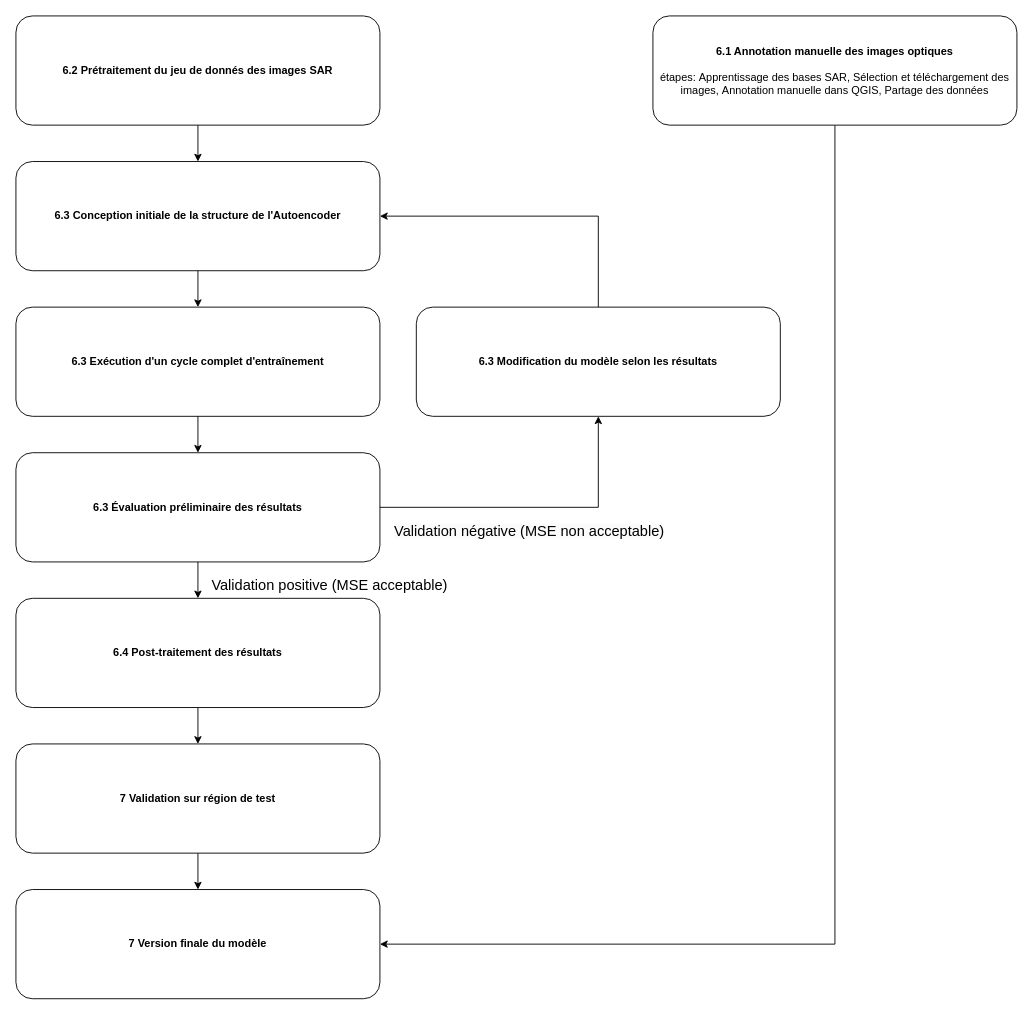
Before: report/flow_chart/flow_chart.drawio in ZhangYiFan2003/SAR_Deforestation_Detection_Autoencoder, a draw.io diagram. Source tidied: cells renumbered, new cells numbered last; positions are measured from the earlier drawing's top-left corner, leaving out a move shared by most shapes. Both pictures are drawn from the tidied source at 91%, with x=0, y=0 at pixel (15, 15).
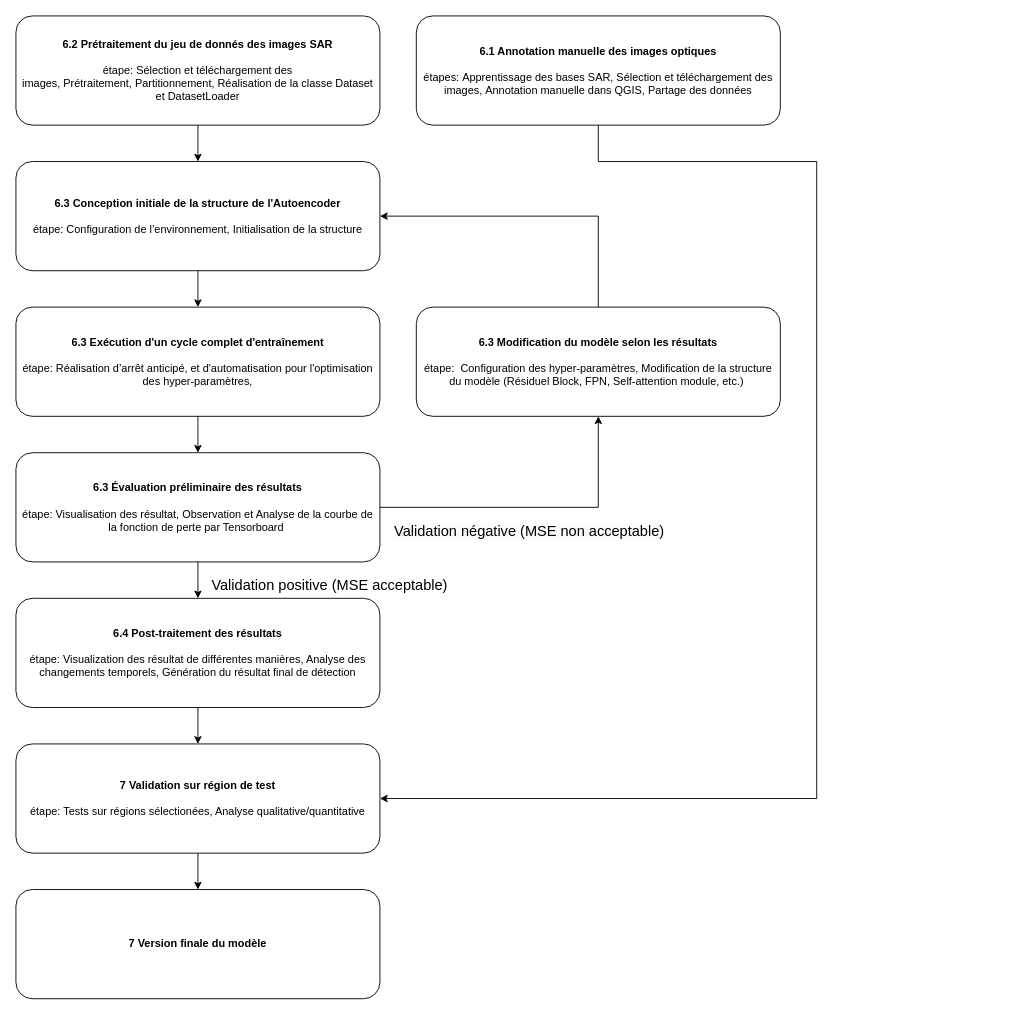
Above is the later version.

Commit message:
update of flow chart

Unchanged cells that the change refers to:
```xml
<mxCell id="17" value="&lt;span style=&quot;text-align: left;&quot;&gt;&lt;b&gt;7 Version finale du modèle&lt;/b&gt;&lt;/span&gt;" style="rounded=1;whiteSpace=wrap;html=1;fontSize=12;glass=0;strokeWidth=1;shadow=0;" parent="1" vertex="1">
  <mxGeometry y="960" width="400" height="120" as="geometry" />
</mxCell>
```

What changed in the source:
```diff
@@
-    <mxCell id="2" style="edgeStyle=orthogonalEdgeStyle;rounded=0;jettySize=auto;html=1;exitX=0.5;exitY=1;exitDx=0;exitDy=0;entryX=1;entryY=0.5;entryDx=0;entryDy=0;" parent="1" edge="1" source="3" target="17">
-      <mxGeometry relative="1" as="geometry" />
+    <mxCell id="2" style="edgeStyle=orthogonalEdgeStyle;rounded=0;jettySize=auto;html=1;exitX=0.5;exitY=1;exitDx=0;exitDy=0;entryX=1;entryY=0.5;entryDx=0;entryDy=0;" parent="1" edge="1" source="3" target="16">
+      <mxGeometry relative="1" as="geometry">
+        <Array as="points">
+          <mxPoint x="640" y="160" />
+          <mxPoint x="880" y="160" />
+          <mxPoint x="880" y="860" />
+        </Array>
+      </mxGeometry>
     </mxCell>
     <mxCell id="3" value="&lt;b&gt;6.1 Annotation manuelle des images optiques&lt;/b&gt;&lt;div&gt;&lt;br&gt;&lt;/div&gt;&lt;div&gt;étapes:&amp;nbsp;Apprentissage des bases SAR,&amp;nbsp;Sélection et téléchargement des images,&amp;nbsp;Annotation manuelle dans QGIS,&amp;nbsp;Partage des données&lt;/div&gt;" style="rounded=1;whiteSpace=wrap;html=1;fontSize=12;glass=0;strokeWidth=1;shadow=0;" parent="1" vertex="1">
-      <mxGeometry x="700" width="400" height="120" as="geometry" />
+      <mxGeometry x="440" width="400" height="120" as="geometry" />
     </mxCell>
-    <mxCell id="4" value="&lt;b&gt;6.2 Prétraitement du jeu de donnés des images SAR&lt;/b&gt;" style="rounded=1;whiteSpace=wrap;html=1;fontSize=12;glass=0;strokeWidth=1;shadow=0;" parent="1" vertex="1">
+    <mxCell id="4" value="&lt;b&gt;6.2 Prétraitement du jeu de donnés des images SAR&lt;/b&gt;&lt;div&gt;&lt;b&gt;&lt;br&gt;&lt;/b&gt;&lt;/div&gt;&lt;div&gt;étape:&amp;nbsp;&lt;span style=&quot;background-color: transparent; color: light-dark(rgb(0, 0, 0), rgb(255, 255, 255));&quot;&gt;Sélection et téléchargement des images,&amp;nbsp;&lt;/span&gt;&lt;span style=&quot;background-color: transparent; color: light-dark(rgb(0, 0, 0), rgb(255, 255, 255));&quot;&gt;Prétraitement,&amp;nbsp;&lt;/span&gt;&lt;span style=&quot;background-color: transparent; color: light-dark(rgb(0, 0, 0), rgb(255, 255, 255));&quot;&gt;Partitionnement, Réalisation de la classe Dataset et DatasetLoader&lt;/span&gt;&lt;/div&gt;" style="rounded=1;whiteSpace=wrap;html=1;fontSize=12;glass=0;strokeWidth=1;shadow=0;" parent="1" vertex="1">
       <mxGeometry width="400" height="120" as="geometry" />
     </mxCell>
@@
-    <mxCell id="6" value="&lt;b&gt;6.3 Conception initiale de la structure de l'Autoencoder&lt;/b&gt;" style="rounded=1;whiteSpace=wrap;html=1;fontSize=12;glass=0;strokeWidth=1;shadow=0;" parent="1" vertex="1">
+    <mxCell id="6" value="&lt;b&gt;6.3 Conception initiale de la structure de l'Autoencoder&lt;/b&gt;&lt;div&gt;&lt;b&gt;&lt;br&gt;&lt;/b&gt;&lt;/div&gt;&lt;div&gt;étape: Configuration de l’environnement, Initialisation de la structure&lt;/div&gt;" style="rounded=1;whiteSpace=wrap;html=1;fontSize=12;glass=0;strokeWidth=1;shadow=0;" parent="1" vertex="1">
       <mxGeometry y="160" width="400" height="120" as="geometry" />
     </mxCell>
@@
-    <mxCell id="8" value="&lt;b&gt;6.3 Exécution d'un cycle complet d'entraînement&lt;/b&gt;" style="rounded=1;whiteSpace=wrap;html=1;fontSize=12;glass=0;strokeWidth=1;shadow=0;" parent="1" vertex="1">
+    <mxCell id="8" value="&lt;b&gt;6.3 Exécution d'un cycle complet d'entraînement&lt;/b&gt;&lt;div&gt;&lt;b&gt;&lt;br&gt;&lt;/b&gt;&lt;/div&gt;&lt;div&gt;étape:&amp;nbsp;&lt;span style=&quot;background-color: transparent; color: light-dark(rgb(0, 0, 0), rgb(255, 255, 255));&quot;&gt;Réalisation d’arrêt anticipé, et d'automatisation pour l'optimisation des hyper-paramètres,&lt;/span&gt;&lt;/div&gt;" style="rounded=1;whiteSpace=wrap;html=1;fontSize=12;glass=0;strokeWidth=1;shadow=0;" parent="1" vertex="1">
       <mxGeometry y="320" width="400" height="120" as="geometry" />
     </mxCell>
@@
-    <mxCell id="11" value="&lt;b&gt;6.3 Évaluation préliminaire des résultats&lt;/b&gt;" style="rounded=1;whiteSpace=wrap;html=1;fontSize=12;glass=0;strokeWidth=1;shadow=0;" parent="1" vertex="1">
+    <mxCell id="11" value="&lt;b&gt;6.3 Évaluation préliminaire des résultats&lt;/b&gt;&lt;div&gt;&lt;b&gt;&lt;br&gt;&lt;/b&gt;&lt;/div&gt;&lt;div&gt;étape: Visualisation des résultat, Observation et Analyse de la courbe de la fonction de perte par Tensorboard&amp;nbsp;&lt;/div&gt;" style="rounded=1;whiteSpace=wrap;html=1;fontSize=12;glass=0;strokeWidth=1;shadow=0;" parent="1" vertex="1">
       <mxGeometry y="480" width="400" height="120" as="geometry" />
     </mxCell>
@@
-    <mxCell id="14" value="&lt;b&gt;6.3 Modification du modèle selon les résultats&lt;/b&gt;" style="rounded=1;whiteSpace=wrap;html=1;fontSize=12;glass=0;strokeWidth=1;shadow=0;" parent="1" vertex="1">
+    <mxCell id="14" value="&lt;b&gt;6.3 Modification du modèle selon les résultats&lt;/b&gt;&lt;div&gt;&lt;b&gt;&lt;br&gt;&lt;/b&gt;&lt;/div&gt;&lt;div&gt;étape:&amp;nbsp;&amp;nbsp;&lt;span style=&quot;background-color: transparent; color: light-dark(rgb(0, 0, 0), rgb(255, 255, 255));&quot;&gt;Configuration des hyper-paramètres,&amp;nbsp;&lt;/span&gt;&lt;span style=&quot;background-color: transparent; color: light-dark(rgb(0, 0, 0), rgb(255, 255, 255));&quot;&gt;Modification de la structure du modèle (Résiduel Block, FPN, Self-attention module, etc.)&amp;nbsp;&lt;/span&gt;&lt;/div&gt;" style="rounded=1;whiteSpace=wrap;html=1;fontSize=12;glass=0;strokeWidth=1;shadow=0;" parent="1" vertex="1">
       <mxGeometry x="440" y="320" width="400" height="120" as="geometry" />
     </mxCell>
@@
-    <mxCell id="16" value="&lt;span style=&quot;text-align: left;&quot;&gt;&lt;b&gt;7 Validation sur région de test&lt;/b&gt;&lt;/span&gt;" style="rounded=1;whiteSpace=wrap;html=1;fontSize=12;glass=0;strokeWidth=1;shadow=0;" parent="1" vertex="1">
+    <mxCell id="16" value="&lt;span style=&quot;text-align: left;&quot;&gt;&lt;b&gt;7 Validation sur région de test&lt;/b&gt;&lt;/span&gt;&lt;div&gt;&lt;span style=&quot;text-align: left;&quot;&gt;&lt;b&gt;&lt;br&gt;&lt;/b&gt;&lt;/span&gt;&lt;/div&gt;&lt;div style=&quot;&quot;&gt;étape: Tests sur régions sélectionées, Analyse&amp;nbsp;qualitative/quantitative&lt;/div&gt;" style="rounded=1;whiteSpace=wrap;html=1;fontSize=12;glass=0;strokeWidth=1;shadow=0;" parent="1" vertex="1">
       <mxGeometry y="800" width="400" height="120" as="geometry" />
     </mxCell>
@@
-    <mxCell id="21" value="&lt;b&gt;6.4 Post-traitement des résultats&lt;/b&gt;" style="rounded=1;whiteSpace=wrap;html=1;fontSize=12;glass=0;strokeWidth=1;shadow=0;" parent="1" vertex="1">
+    <mxCell id="21" value="&lt;b&gt;6.4 Post-traitement des résultats&lt;/b&gt;&lt;div&gt;&lt;b&gt;&lt;br&gt;&lt;/b&gt;&lt;/div&gt;&lt;div&gt;étape: Visualization des résultat de différentes manières, Analyse des changements temporels, Génération du résultat final de détection&lt;/div&gt;" style="rounded=1;whiteSpace=wrap;html=1;fontSize=12;glass=0;strokeWidth=1;shadow=0;" parent="1" vertex="1">
       <mxGeometry y="640" width="400" height="120" as="geometry" />
     </mxCell>
```
